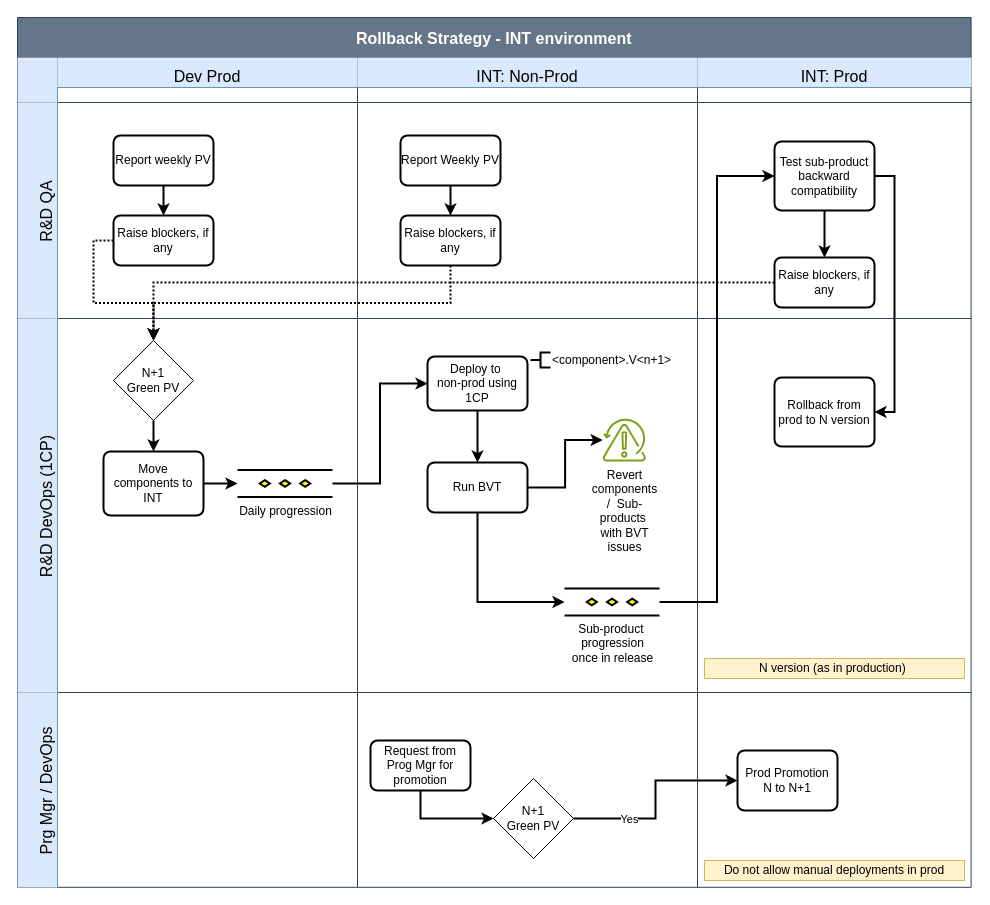
The draw.io diagram ReleaseProcess1.drawio in prasad-gsk-IBM/myibmrepo-prasad, before the edit. Source tidied: cells renumbered, new cells numbered last; positions are measured from the earlier drawing's top-left corner, leaving out a move shared by most shapes. Both pictures are drawn from the tidied source at 100%, with x=0, y=0 at pixel (17, 17).
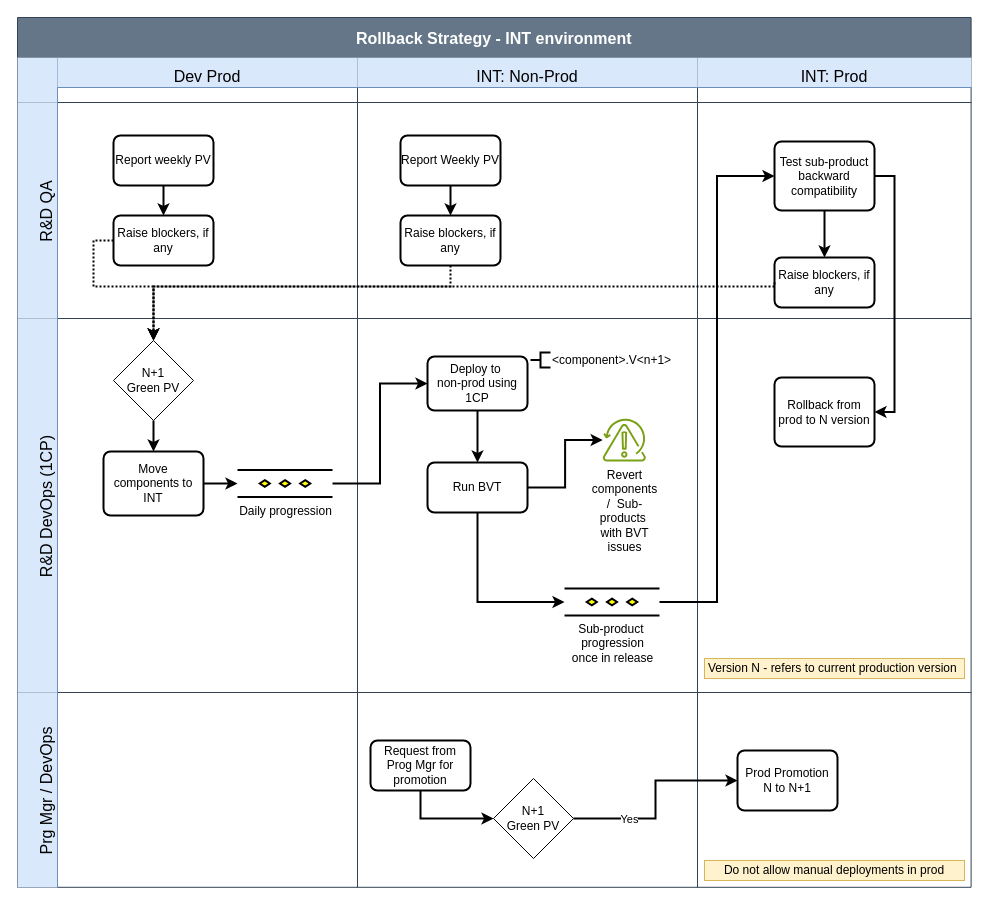
Above is the later version.

The change refers to these unchanged cells:
```xml
<mxCell id="2" value="Rollback Strategy - INT environment" style="shape=table;childLayout=tableLayout;startSize=40;fontSize=16;fontStyle=1;fillColor=#647687;fontColor=#ffffff;strokeColor=#314354;" parent="1" vertex="1">
  <mxGeometry width="953.6" height="869.8" as="geometry" />
</mxCell>
<mxCell id="12" value="Raise blockers, if any" style="rounded=1;whiteSpace=wrap;html=1;absoluteArcSize=1;arcSize=14;strokeWidth=2;" parent="9" vertex="1">
  <mxGeometry x="-244" y="113" width="100" height="50" as="geometry" />
</mxCell>
<mxCell id="15" value="Raise blockers, if any" style="rounded=1;whiteSpace=wrap;html=1;absoluteArcSize=1;arcSize=14;strokeWidth=2;" parent="9" vertex="1">
  <mxGeometry x="43" y="113" width="100" height="50" as="geometry" />
</mxCell>
<mxCell id="18" value="Raise blockers, if any" style="rounded=1;whiteSpace=wrap;html=1;absoluteArcSize=1;arcSize=14;strokeWidth=2;" parent="16" vertex="1">
  <mxGeometry x="77" y="155" width="100" height="50" as="geometry" />
</mxCell>
<mxCell id="23" value="N+1&lt;div&gt;Green PV&lt;/div&gt;" style="rhombus;whiteSpace=wrap;html=1;" parent="22" vertex="1">
  <mxGeometry x="-244" y="22" width="80" height="80" as="geometry" />
</mxCell>
<mxCell id="38" style="swimlane;swimlaneHead=0;swimlaneBody=0;fontStyle=0;strokeColor=#6c8ebf;fillColor=#dae8fc;startSize=0;fontSize=16;verticalAlign=bottom;" parent="20" vertex="1">
  <mxGeometry x="680" width="274" height="374" as="geometry" />
</mxCell>
```

Change to the diagram source:
```diff
@@
-    <mxCell id="39" value="N version (as in production)&amp;nbsp;" style="html=1;whiteSpace=wrap;fillColor=#fff2cc;strokeColor=#d6b656;" parent="38" vertex="1">
+    <mxCell id="39" value="Version N - refers to current production version&amp;nbsp;" style="html=1;whiteSpace=wrap;fillColor=#fff2cc;strokeColor=#d6b656;" parent="38" vertex="1">
       <mxGeometry x="7" y="340" width="260" height="20" as="geometry" />
     </mxCell>
@@
     <mxCell id="52" style="edgeStyle=orthogonalEdgeStyle;rounded=0;jettySize=auto;html=1;exitX=0;exitY=0.5;exitDx=0;exitDy=0;strokeWidth=2;dashed=1;dashPattern=1 1;entryX=0.5;entryY=0;entryDx=0;entryDy=0;" parent="2" edge="1" source="12" target="23">
-      <mxGeometry relative="1" as="geometry" />
+      <mxGeometry relative="1" as="geometry">
+        <Array as="points">
+          <mxPoint x="76" y="223" />
+          <mxPoint x="76" y="269" />
+          <mxPoint x="136" y="269" />
+        </Array>
+      </mxGeometry>
     </mxCell>
     <mxCell id="53" style="edgeStyle=orthogonalEdgeStyle;rounded=0;jettySize=auto;html=1;exitX=0.5;exitY=1;exitDx=0;exitDy=0;strokeWidth=2;dashed=1;dashPattern=1 1;entryX=0.5;entryY=0;entryDx=0;entryDy=0;" parent="2" edge="1" source="15" target="23">
-      <mxGeometry relative="1" as="geometry" />
+      <mxGeometry relative="1" as="geometry">
+        <Array as="points">
+          <mxPoint x="433" y="269" />
+          <mxPoint x="136" y="269" />
+        </Array>
+      </mxGeometry>
     </mxCell>
@@
     <mxCell id="55" style="edgeStyle=orthogonalEdgeStyle;rounded=0;jettySize=auto;html=1;exitX=0;exitY=0.5;exitDx=0;exitDy=0;strokeWidth=2;dashed=1;dashPattern=1 1;entryX=0.5;entryY=0;entryDx=0;entryDy=0;" parent="2" edge="1" source="18" target="23">
-      <mxGeometry relative="1" as="geometry" />
+      <mxGeometry relative="1" as="geometry">
+        <Array as="points">
+          <mxPoint x="757" y="269" />
+          <mxPoint x="136" y="269" />
+        </Array>
+      </mxGeometry>
     </mxCell>
```
